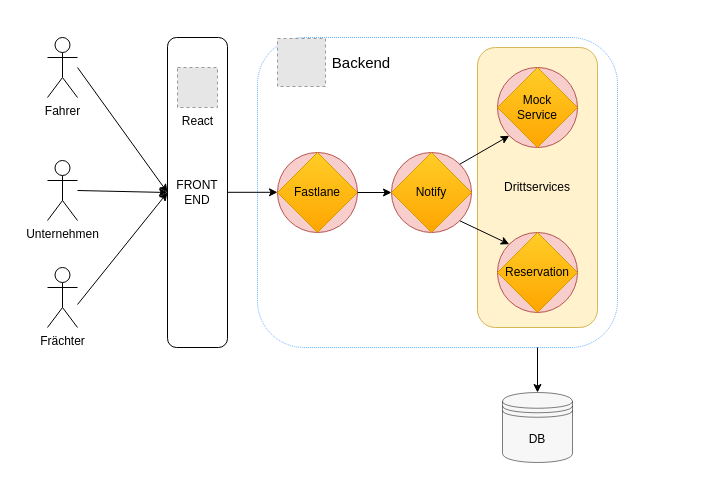
Earlier version of the draw.io diagram public/img/architektur.drawio (Birnbaua/fastlane_ui). Source tidied: cells renumbered, new cells numbered last; positions are measured from the earlier drawing's top-left corner, leaving out a move shared by most shapes. Both pictures are drawn from the tidied source at 100%, with x=0, y=0 at pixel (47, 37). Pictures stored in the file or linked from it are replaced by grey dashed boxes.
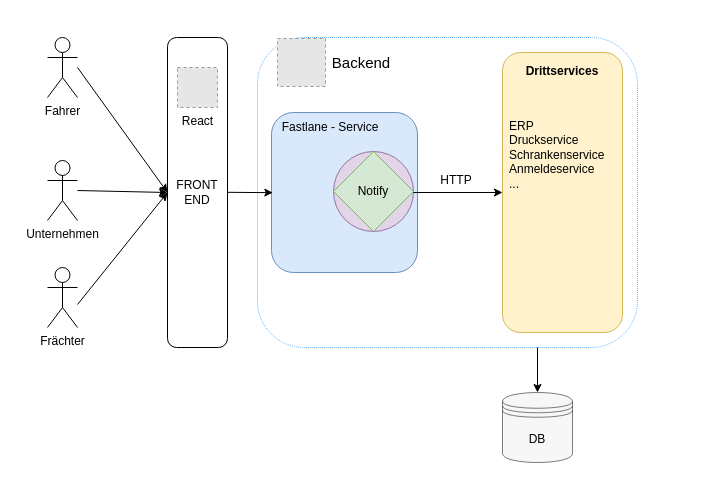
After the change.

Commit message (it also covers changes not shown here):
finished architecture img

The edit, as a diff of the source:
```diff
@@
+    <mxCell id="32" style="rounded=1;whiteSpace=wrap;html=1;strokeColor=none;" parent="1" vertex="1">
+      <mxGeometry x="-30" y="-20" width="670" height="470" as="geometry" />
+    </mxCell>
     <mxCell id="2" style="rounded=1;whiteSpace=wrap;html=1;fillColor=none;dashed=1;dashPattern=1 1;strokeColor=#66B2FF;" parent="1" vertex="1">
-      <mxGeometry x="210" width="360" height="310" as="geometry" />
+      <mxGeometry x="210" width="380" height="310" as="geometry" />
     </mxCell>
+    <mxCell id="33" style="rounded=1;whiteSpace=wrap;html=1;fillColor=#dae8fc;strokeColor=#6c8ebf;" parent="1" vertex="1">
+      <mxGeometry x="224" y="75" width="146" height="160" as="geometry" />
+    </mxCell>
@@
     <mxCell id="7" style="group;" parent="1" vertex="1">
-      <mxGeometry x="450" y="30" width="100" height="260" as="geometry" />
+      <mxGeometry x="475" y="35" width="110" height="260" as="geometry" />
     </mxCell>
-    <mxCell id="8" value="Drittservices" style="rounded=1;whiteSpace=wrap;html=1;fillColor=#fff2cc;strokeColor=#d6b656;" parent="7" vertex="1">
+    <mxCell id="8" style="rounded=1;whiteSpace=wrap;html=1;fillColor=#fff2cc;strokeColor=#d6b656;" parent="7" vertex="1">
       <mxGeometry x="-20" y="-20" width="120" height="280" as="geometry" />
     </mxCell>
-    <mxCell id="9" style="ellipse;whiteSpace=wrap;html=1;fillColor=#f8cecc;strokeColor=#b85450;" parent="7" vertex="1">
-      <mxGeometry width="80" height="80" as="geometry" />
-    </mxCell>
-    <mxCell id="10" value="Mock&lt;br&gt;Service" style="rhombus;whiteSpace=wrap;html=1;fillColor=#ffcd28;gradientColor=#ffa500;strokeColor=#d79b00;" parent="7" vertex="1">
-      <mxGeometry width="80" height="80" as="geometry" />
-    </mxCell>
-    <mxCell id="11" style="group;" parent="1" vertex="1">
-      <mxGeometry x="450" y="195" width="80" height="80" as="geometry" />
-    </mxCell>
-    <mxCell id="12" style="ellipse;whiteSpace=wrap;html=1;fillColor=#f8cecc;strokeColor=#b85450;" parent="11" vertex="1">
-      <mxGeometry width="80" height="80" as="geometry" />
-    </mxCell>
-    <mxCell id="13" value="Reservation" style="rhombus;whiteSpace=wrap;html=1;fillColor=#ffcd28;gradientColor=#ffa500;strokeColor=#d79b00;" parent="11" vertex="1">
-      <mxGeometry width="80" height="80" as="geometry" />
-    </mxCell>
+    <mxCell id="34" value="&lt;b&gt;Drittservices&lt;/b&gt;" style="text;html=1;strokeColor=none;fillColor=none;align=center;verticalAlign=middle;whiteSpace=wrap;rounded=0;" parent="7" vertex="1">
+      <mxGeometry x="10" y="-16" width="60" height="30" as="geometry" />
+    </mxCell>
+    <mxCell id="35" value="ERP&lt;br&gt;Druckservice&lt;br&gt;Schrankenservice&lt;br&gt;Anmeldeservice&lt;br&gt;..." style="text;html=1;strokeColor=none;fillColor=none;align=left;verticalAlign=top;whiteSpace=wrap;rounded=0;" parent="7" vertex="1">
+      <mxGeometry x="-15" y="40" width="125" height="65" as="geometry" />
+    </mxCell>
     <mxCell id="14" style="group;" parent="1" vertex="1">
-      <mxGeometry x="344" y="115" width="80" height="80" as="geometry" />
+      <mxGeometry x="286" y="114" width="80" height="80" as="geometry" />
     </mxCell>
-    <mxCell id="15" style="ellipse;whiteSpace=wrap;html=1;fillColor=#f8cecc;strokeColor=#b85450;" parent="14" vertex="1">
+    <mxCell id="15" style="ellipse;whiteSpace=wrap;html=1;fillColor=#e1d5e7;strokeColor=#9673a6;" parent="14" vertex="1">
       <mxGeometry width="80" height="80" as="geometry" />
     </mxCell>
-    <mxCell id="16" value="Notify" style="rhombus;whiteSpace=wrap;html=1;fillColor=#ffcd28;gradientColor=#ffa500;strokeColor=#d79b00;" parent="14" vertex="1">
+    <mxCell id="16" value="Notify" style="rhombus;whiteSpace=wrap;html=1;fillColor=#d5e8d4;strokeColor=#82b366;" parent="14" vertex="1">
       <mxGeometry width="80" height="80" as="geometry" />
     </mxCell>
-    <mxCell id="17" style="group;" parent="1" vertex="1">
-      <mxGeometry x="230" y="115" width="80" height="80" as="geometry" />
-    </mxCell>
-    <mxCell id="18" style="ellipse;whiteSpace=wrap;html=1;fillColor=#f8cecc;strokeColor=#b85450;" parent="17" vertex="1">
-      <mxGeometry width="80" height="80" as="geometry" />
-    </mxCell>
-    <mxCell id="19" value="Fastlane" style="rhombus;whiteSpace=wrap;html=1;fillColor=#ffcd28;gradientColor=#ffa500;strokeColor=#d79b00;" parent="17" vertex="1">
-      <mxGeometry width="80" height="80" as="geometry" />
-    </mxCell>
@@
-    <mxCell id="22" style="endArrow=classic;html=1;rounded=0;exitX=1;exitY=0.5;exitDx=0;exitDy=0;entryX=0;entryY=0.5;entryDx=0;entryDy=0;" parent="1" edge="1">
+    <mxCell id="22" style="endArrow=classic;html=1;rounded=0;exitX=1;exitY=0.5;exitDx=0;exitDy=0;entryX=0.009;entryY=0.501;entryDx=0;entryDy=0;entryPerimeter=0;" parent="1" edge="1" target="33">
       <mxGeometry relative="1" as="geometry">
         <mxPoint x="180" y="154.8" as="sourcePoint" />
-        <mxPoint x="230" y="154.8" as="targetPoint" />
       </mxGeometry>
     </mxCell>
-    <mxCell id="23" style="endArrow=classic;html=1;rounded=0;exitX=1;exitY=0.5;exitDx=0;exitDy=0;entryX=0;entryY=0.5;entryDx=0;entryDy=0;" parent="1" edge="1" source="19" target="16">
-      <mxGeometry relative="1" as="geometry" />
-    </mxCell>
-    <mxCell id="24" style="endArrow=classic;html=1;rounded=0;exitX=1;exitY=0;exitDx=0;exitDy=0;entryX=0;entryY=1;entryDx=0;entryDy=0;" parent="1" edge="1" source="15" target="9">
-      <mxGeometry relative="1" as="geometry" />
-    </mxCell>
-    <mxCell id="25" style="endArrow=classic;html=1;rounded=0;exitX=1;exitY=1;exitDx=0;exitDy=0;entryX=0;entryY=0;entryDx=0;entryDy=0;" parent="1" edge="1" source="15" target="12">
-      <mxGeometry relative="1" as="geometry" />
-    </mxCell>
@@
+    <mxCell id="36" value="HTTP" style="text;html=1;strokeColor=none;fillColor=none;align=center;verticalAlign=middle;whiteSpace=wrap;rounded=0;" parent="1" vertex="1">
+      <mxGeometry x="379" y="128" width="60" height="30" as="geometry" />
+    </mxCell>
+    <mxCell id="37" value="Fastlane - Service" style="text;html=1;strokeColor=none;fillColor=none;align=center;verticalAlign=middle;whiteSpace=wrap;rounded=0;" parent="1" vertex="1">
+      <mxGeometry x="230" y="75" width="106" height="30" as="geometry" />
+    </mxCell>
+    <mxCell id="38" style="endArrow=classic;html=1;rounded=0;entryX=0;entryY=0.5;entryDx=0;entryDy=0;" parent="1" edge="1" target="8">
+      <mxGeometry relative="1" as="geometry">
+        <mxPoint x="366" y="155" as="sourcePoint" />
+      </mxGeometry>
+    </mxCell>
```
